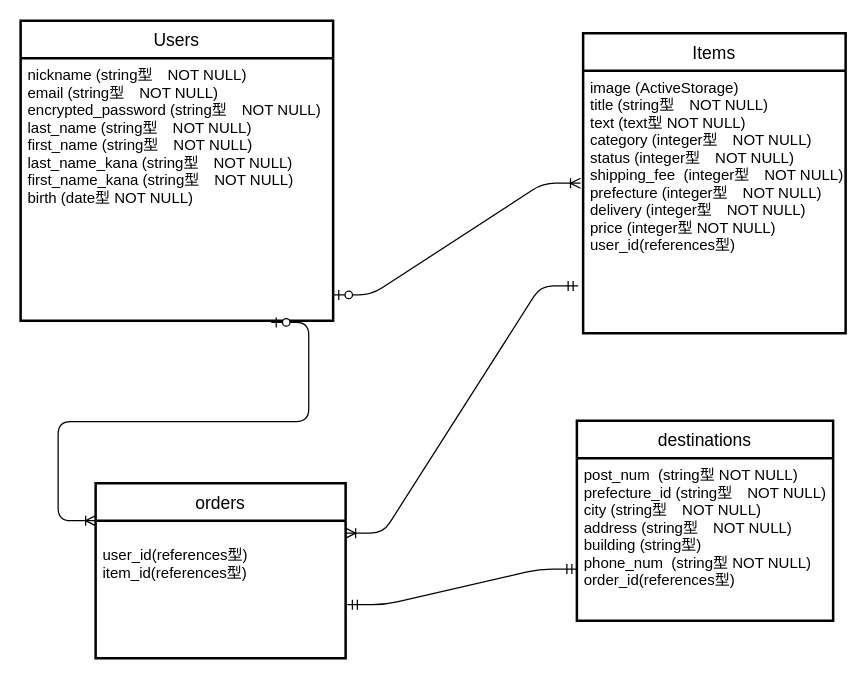
The draw.io diagram furima.dio in shunsaku0621/furima-35691, before the edit. Source tidied: cells renumbered, new cells numbered last; positions are measured from the earlier drawing's top-left corner, leaving out a move shared by most shapes. Both pictures are drawn from the tidied source at 125%, with x=0, y=0 at pixel (20, 20).
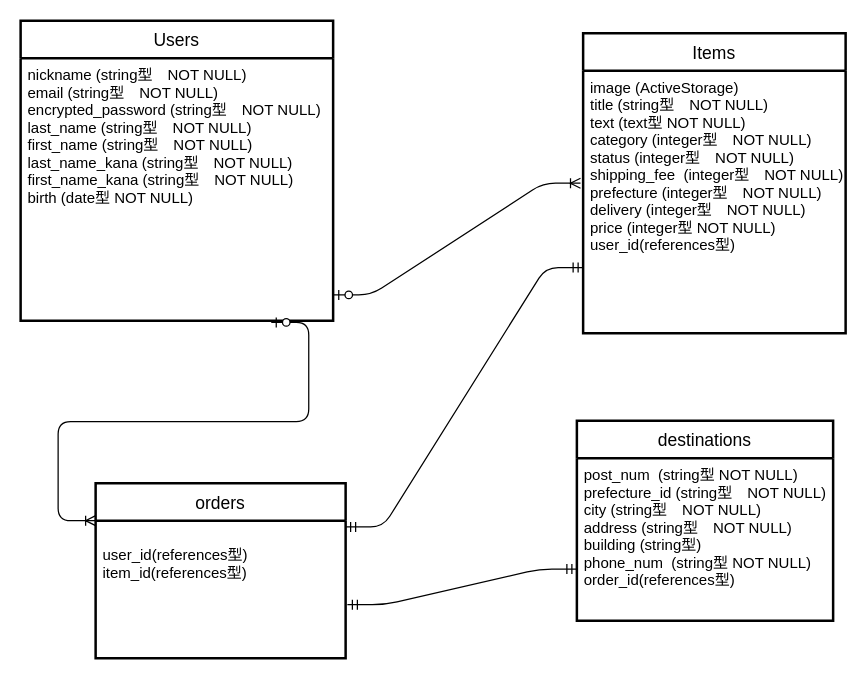
The same page after the edit.

Commit message (it also covers changes not shown here):
ER図とREADMEの修正２

What changed in the source:
```diff
@@
 <mxGraphModel>
   <root>
     <mxCell id="0" />
     <mxCell id="1" parent="0" />
     <mxCell id="2" value="orders" style="swimlane;horizontal=1;startSize=30;fontSize=14;fontStyle=0;strokeWidth=2;shadow=0;dashed=0;align=center;" parent="1" vertex="1">
       <mxGeometry x="60" y="370" width="200" height="140" as="geometry" />
     </mxCell>
     <mxCell id="3" value="&#10;user_id(references型)&#10;item_id(references型)" style="align=left;strokeColor=none;fillColor=none;spacingLeft=4;fontSize=12;verticalAlign=top;" parent="2" vertex="1">
       <mxGeometry y="30" width="200" height="110" as="geometry" />
     </mxCell>
     <mxCell id="4" value="Items" style="swimlane;horizontal=1;startSize=30;fontSize=14;fontStyle=0;strokeWidth=2;shadow=0;dashed=0;align=center;" parent="1" vertex="1">
       <mxGeometry x="450" y="10" width="210" height="240" as="geometry" />
     </mxCell>
     <mxCell id="5" value="image (ActiveStorage)&#10;title (string型　NOT NULL)&#10;text (text型 NOT NULL)&#10;category (integer型　NOT NULL)&#10;status (integer型　NOT NULL)&#10;shipping_fee  (integer型　NOT NULL)&#10;prefecture (integer型　NOT NULL)&#10;delivery (integer型　NOT NULL)&#10;price (integer型 NOT NULL)&#10;user_id(references型)" style="align=left;strokeColor=none;fillColor=none;spacingLeft=4;fontSize=12;verticalAlign=top;" parent="4" vertex="1">
       <mxGeometry y="30" width="210" height="210" as="geometry" />
     </mxCell>
     <mxCell id="6" value="destinations" style="swimlane;horizontal=1;startSize=30;fontSize=14;fontStyle=0;strokeWidth=2;shadow=0;dashed=0;align=center;" parent="1" vertex="1">
       <mxGeometry x="445" y="320" width="205" height="160" as="geometry" />
     </mxCell>
     <mxCell id="7" value="post_num  (string型 NOT NULL)&#10;prefecture_id (string型　NOT NULL)&#10;city (string型　NOT NULL)&#10;address (string型　NOT NULL)&#10;building (string型)&#10;phone_num  (string型 NOT NULL)&#10;order_id(references型)&#10;" style="align=left;strokeColor=none;fillColor=none;spacingLeft=4;fontSize=12;verticalAlign=top;" parent="6" vertex="1">
       <mxGeometry y="30" width="205" height="130" as="geometry" />
     </mxCell>
     <mxCell id="8" style="edgeStyle=entityRelationEdgeStyle;fontSize=13;html=1;endArrow=ERoneToMany;startArrow=ERzeroToOne;exitX=1.002;exitY=0.902;exitDx=0;exitDy=0;exitPerimeter=0;entryX=-0.01;entryY=0.429;entryDx=0;entryDy=0;entryPerimeter=0;" parent="1" edge="1" source="10" target="5">
       <mxGeometry relative="1" as="geometry" />
     </mxCell>
     <mxCell id="9" value="Users" style="swimlane;horizontal=1;startSize=30;fontSize=14;fontStyle=0;strokeWidth=2;shadow=0;dashed=0;align=center;" parent="1" vertex="1">
       <mxGeometry width="250" height="240" as="geometry" />
     </mxCell>
     <mxCell id="10" value="nickname (string型　NOT NULL)&#10;email (string型　NOT NULL)&#10;encrypted_password (string型　NOT NULL)&#10;last_name (string型　NOT NULL)&#10;first_name (string型　NOT NULL)&#10;last_name_kana (string型　NOT NULL)&#10;first_name_kana (string型　NOT NULL)&#10;birth (date型 NOT NULL)" style="align=left;strokeColor=none;fillColor=none;spacingLeft=4;fontSize=12;verticalAlign=top;" parent="9" vertex="1">
       <mxGeometry y="30" width="250" height="210" as="geometry" />
     </mxCell>
     <mxCell id="11" style="edgeStyle=entityRelationEdgeStyle;fontSize=12;html=1;endArrow=ERoneToMany;startArrow=ERzeroToOne;exitX=0.802;exitY=1.007;exitDx=0;exitDy=0;exitPerimeter=0;" parent="1" edge="1" source="10">
       <mxGeometry relative="1" as="geometry">
         <mxPoint x="60" y="400" as="targetPoint" />
       </mxGeometry>
     </mxCell>
     <mxCell id="12" style="edgeStyle=entityRelationEdgeStyle;fontSize=12;html=1;endArrow=ERmandOne;startArrow=ERmandOne;exitX=1.007;exitY=0.611;exitDx=0;exitDy=0;exitPerimeter=0;entryX=0;entryY=0.683;entryDx=0;entryDy=0;entryPerimeter=0;" parent="1" edge="1" source="3" target="7">
       <mxGeometry relative="1" as="geometry" />
     </mxCell>
-    <mxCell id="13" style="edgeStyle=entityRelationEdgeStyle;fontSize=12;html=1;endArrow=ERoneToMany;startArrow=ERmandOne;entryX=1;entryY=0.091;entryDx=0;entryDy=0;entryPerimeter=0;exitX=-0.019;exitY=0.82;exitDx=0;exitDy=0;exitPerimeter=0;" parent="1" edge="1" source="5" target="3">
+    <mxCell id="13" style="edgeStyle=entityRelationEdgeStyle;fontSize=12;html=1;endArrow=ERmandOne;startArrow=ERmandOne;exitX=1;exitY=0.25;exitDx=0;exitDy=0;entryX=0;entryY=0.75;entryDx=0;entryDy=0;" parent="1" edge="1" source="2" target="5">
       <mxGeometry relative="1" as="geometry" />
     </mxCell>
   </root>
 </mxGraphModel>
```
